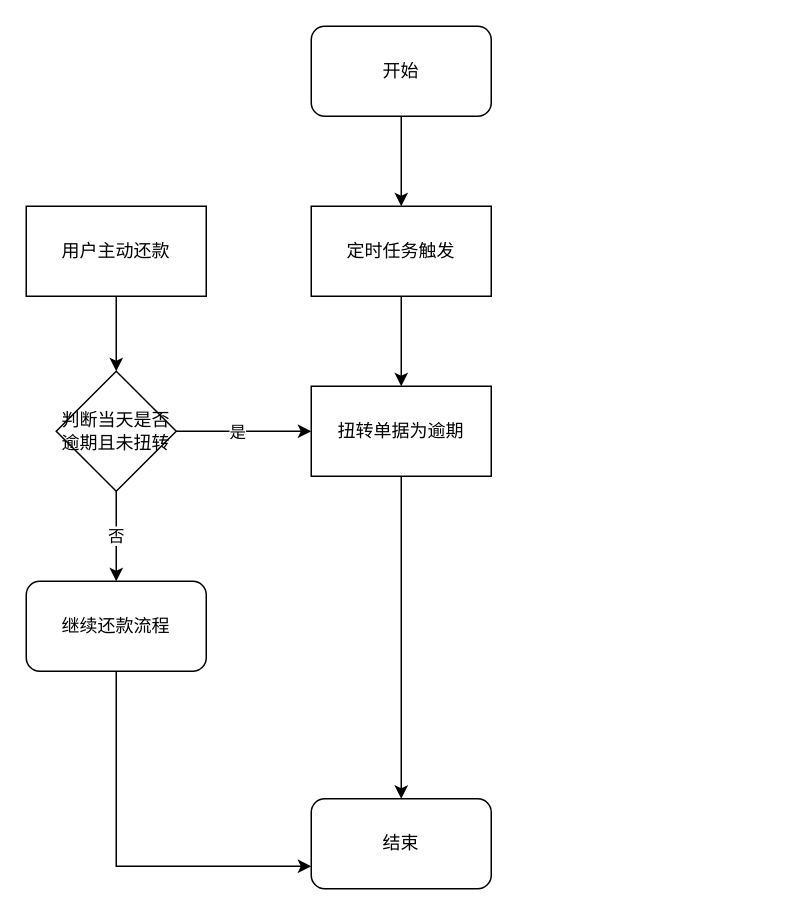
Kang-Shawn/Excellent-life keeps this draw.io diagram as page "Page-6" (6 of 6) of Untitled Diagram.drawio. Above is the earlier version. Source tidied: cells renumbered, new cells numbered last; positions are measured from the earlier drawing's top-left corner, leaving out a move shared by most shapes. Both pictures are drawn from the tidied source at 150%, with x=0, y=0 at pixel (26, 26).
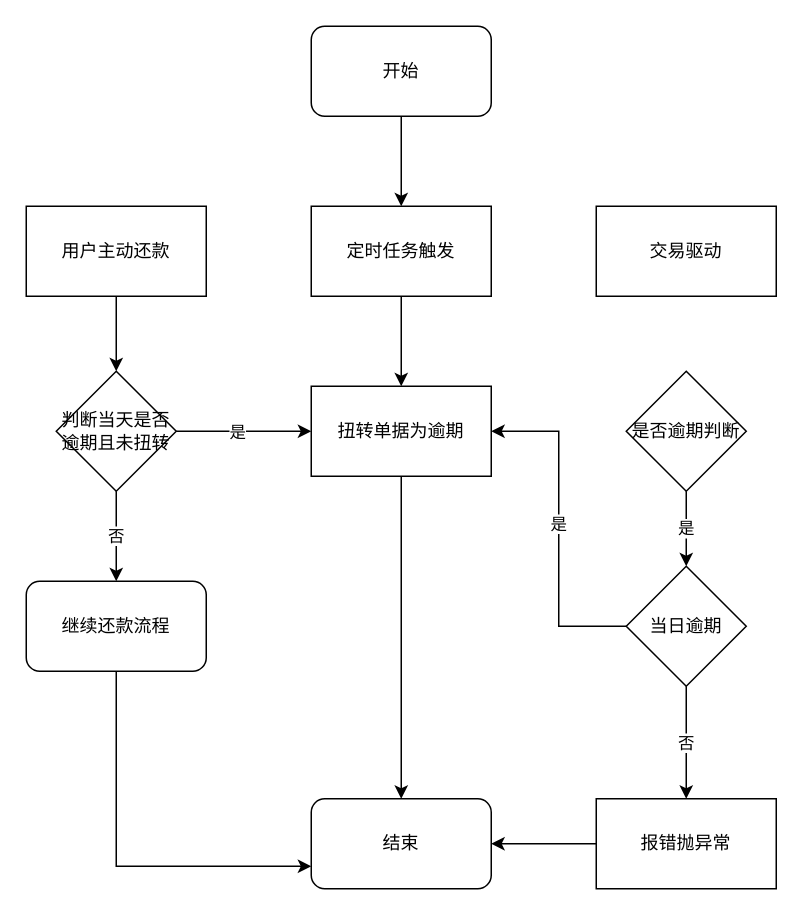
The same diagram, later.

The change refers to these unchanged cells:
```xml
<mxCell id="7" value="扭转单据为逾期" style="rounded=0;whiteSpace=wrap;html=1;" parent="1" vertex="1">
  <mxGeometry x="190" y="240" width="120" height="60" as="geometry" />
</mxCell>
<mxCell id="8" value="结束" style="rounded=1;whiteSpace=wrap;html=1;" parent="1" vertex="1">
  <mxGeometry x="190" y="515" width="120" height="60" as="geometry" />
</mxCell>
```

What changed in the source:
```diff
@@
+    <mxCell id="17" value="交易驱动" style="rounded=0;whiteSpace=wrap;html=1;" parent="1" vertex="1">
+      <mxGeometry x="380" y="120" width="120" height="60" as="geometry" />
+    </mxCell>
+    <mxCell id="18" value="是" style="edgeStyle=orthogonalEdgeStyle;rounded=0;jettySize=auto;html=1;entryX=0.5;entryY=0;entryDx=0;entryDy=0;" parent="1" edge="1" source="19" target="23">
+      <mxGeometry relative="1" as="geometry">
+        <Array as="points">
+          <mxPoint x="440" y="330" />
+          <mxPoint x="440" y="330" />
+        </Array>
+      </mxGeometry>
+    </mxCell>
+    <mxCell id="19" value="是否逾期判断" style="rhombus;whiteSpace=wrap;html=1;" parent="1" vertex="1">
+      <mxGeometry x="400" y="230" width="80" height="80" as="geometry" />
+    </mxCell>
+    <mxCell id="20" style="edgeStyle=orthogonalEdgeStyle;rounded=0;jettySize=auto;html=1;entryX=1;entryY=0.5;entryDx=0;entryDy=0;" parent="1" edge="1" source="23" target="7">
+      <mxGeometry relative="1" as="geometry" />
+    </mxCell>
+    <mxCell id="21" value="是" style="edgeLabel;html=1;align=center;verticalAlign=middle;" parent="20" vertex="1">
+      <mxGeometry x="0.04" y="1" relative="1" as="geometry" />
+    </mxCell>
+    <mxCell id="22" value="否" style="edgeStyle=orthogonalEdgeStyle;rounded=0;jettySize=auto;html=1;entryX=0.5;entryY=0;entryDx=0;entryDy=0;" parent="1" edge="1" source="23" target="25">
+      <mxGeometry relative="1" as="geometry" />
+    </mxCell>
+    <mxCell id="23" value="当日逾期" style="rhombus;whiteSpace=wrap;html=1;" parent="1" vertex="1">
+      <mxGeometry x="400" y="360" width="80" height="80" as="geometry" />
+    </mxCell>
+    <mxCell id="24" style="edgeStyle=orthogonalEdgeStyle;rounded=0;jettySize=auto;html=1;" parent="1" edge="1" source="25" target="8">
+      <mxGeometry relative="1" as="geometry" />
+    </mxCell>
+    <mxCell id="25" value="报错抛异常" style="rounded=0;whiteSpace=wrap;html=1;" parent="1" vertex="1">
+      <mxGeometry x="380" y="515" width="120" height="60" as="geometry" />
+    </mxCell>
```
